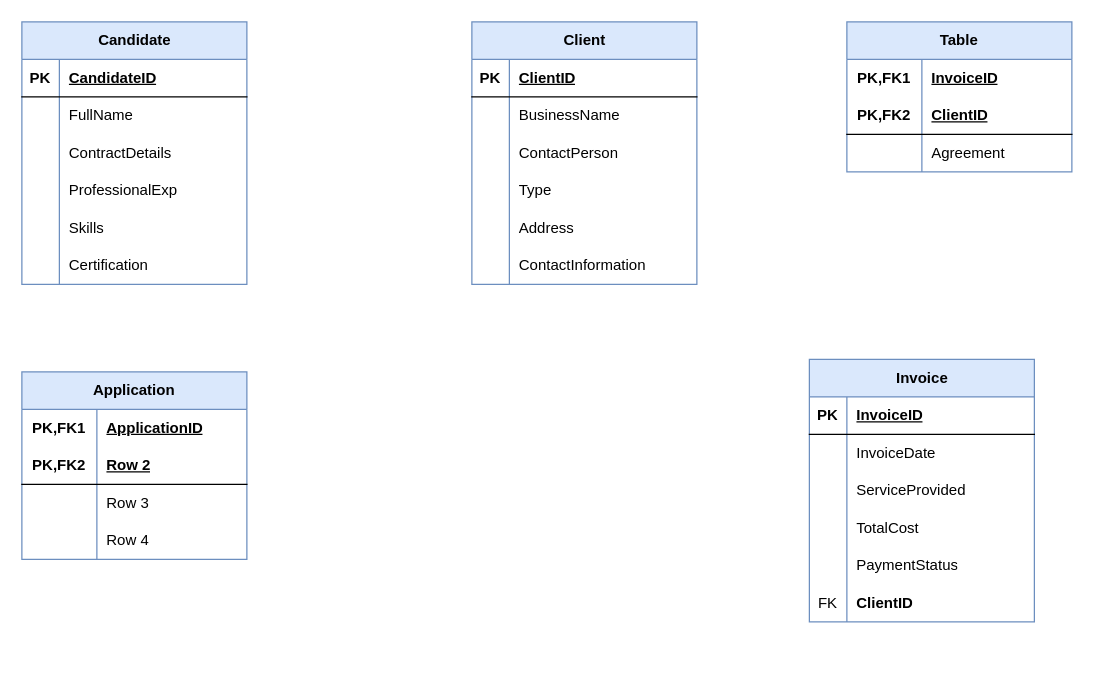
Above: Untitled Diagram.drawio in JPGR11/DataBaseCompetition (draw.io), before the change. Source tidied: cells renumbered, new cells numbered last; positions are measured from the earlier drawing's top-left corner, leaving out a move shared by most shapes. Both pictures are drawn from the tidied source at 125%, with x=0, y=0 at pixel (21, 21).
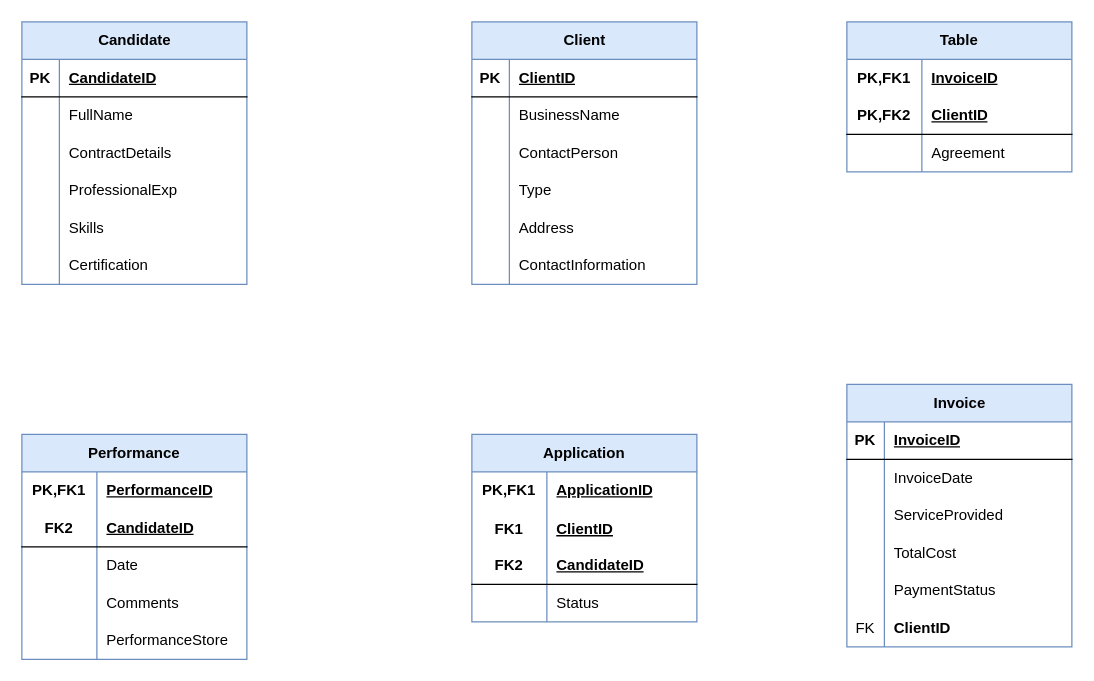
Above is the later version.

What changed in the source:
```diff
@@
     <mxCell id="40" value="Invoice" style="shape=table;startSize=30;childLayout=tableLayout;rowLines=0;fontStyle=1;align=center;html=1;fillColor=#dae8fc;strokeColor=#6c8ebf;" parent="1" vertex="1">
-      <mxGeometry x="630" y="270" width="180" height="210" as="geometry" />
+      <mxGeometry x="660" y="290" width="180" height="210" as="geometry" />
     </mxCell>
@@
     <mxCell id="69" value="Application" style="shape=table;startSize=30;childLayout=tableLayout;rowLines=0;fontStyle=1;align=center;html=1;whiteSpace=wrap;fillColor=#dae8fc;strokeColor=#6c8ebf;" parent="1" vertex="1">
-      <mxGeometry y="280" width="180" height="150" as="geometry" />
+      <mxGeometry x="360" y="330" width="180" height="150" as="geometry" />
     </mxCell>
@@
+    <mxCell id="82" style="shape=tableRow;horizontal=0;startSize=0;swimlaneHead=0;swimlaneBody=0;fillColor=none;top=0;left=0;right=0;bottom=0;" parent="69" vertex="1">
+      <mxGeometry y="60" width="180" height="30" as="geometry" />
+    </mxCell>
+    <mxCell id="83" value="FK1" style="shape=partialRectangle;fillColor=none;top=0;left=0;bottom=0;right=0;overflow=hidden;fontStyle=1;" parent="82" vertex="1">
+      <mxGeometry width="60" height="30" as="geometry" />
+    </mxCell>
+    <mxCell id="84" value="ClientID" style="shape=partialRectangle;fillColor=none;top=0;left=0;bottom=0;right=0;align=left;spacingLeft=6;overflow=hidden;fontStyle=5;" parent="82" vertex="1">
+      <mxGeometry x="60" width="120" height="30" as="geometry" />
+    </mxCell>
     <mxCell id="73" style="shape=tableRow;horizontal=0;startSize=0;swimlaneHead=0;swimlaneBody=0;fillColor=none;top=0;left=0;right=0;bottom=1;html=1;" parent="69" vertex="1">
-      <mxGeometry y="60" width="180" height="30" as="geometry" />
+      <mxGeometry y="90" width="180" height="30" as="geometry" />
     </mxCell>
-    <mxCell id="74" value="PK,FK2" style="shape=partialRectangle;fillColor=none;top=0;left=0;bottom=0;right=0;fontStyle=1;overflow=hidden;html=1;whiteSpace=wrap;" parent="73" vertex="1">
+    <mxCell id="74" value="FK2" style="shape=partialRectangle;fillColor=none;top=0;left=0;bottom=0;right=0;fontStyle=1;overflow=hidden;html=1;whiteSpace=wrap;" parent="73" vertex="1">
       <mxGeometry width="60" height="30" as="geometry" />
     </mxCell>
-    <mxCell id="75" value="Row 2" style="shape=partialRectangle;fillColor=none;top=0;left=0;bottom=0;right=0;align=left;spacingLeft=6;fontStyle=5;overflow=hidden;html=1;whiteSpace=wrap;" parent="73" vertex="1">
+    <mxCell id="75" value="CandidateID" style="shape=partialRectangle;fillColor=none;top=0;left=0;bottom=0;right=0;align=left;spacingLeft=6;fontStyle=5;overflow=hidden;html=1;whiteSpace=wrap;" parent="73" vertex="1">
       <mxGeometry x="60" width="120" height="30" as="geometry" />
     </mxCell>
     <mxCell id="76" style="shape=tableRow;horizontal=0;startSize=0;swimlaneHead=0;swimlaneBody=0;fillColor=none;top=0;left=0;right=0;bottom=0;html=1;" parent="69" vertex="1">
-      <mxGeometry y="90" width="180" height="30" as="geometry" />
+      <mxGeometry y="120" width="180" height="30" as="geometry" />
     </mxCell>
@@
-    <mxCell id="78" value="Row 3" style="shape=partialRectangle;fillColor=none;top=0;left=0;bottom=0;right=0;align=left;spacingLeft=6;overflow=hidden;html=1;whiteSpace=wrap;" parent="76" vertex="1">
+    <mxCell id="78" value="Status" style="shape=partialRectangle;fillColor=none;top=0;left=0;bottom=0;right=0;align=left;spacingLeft=6;overflow=hidden;html=1;whiteSpace=wrap;" parent="76" vertex="1">
       <mxGeometry x="60" width="120" height="30" as="geometry" />
     </mxCell>
+    <mxCell id="85" value="Performance" style="shape=table;startSize=30;childLayout=tableLayout;rowLines=0;fontStyle=1;align=center;html=1;whiteSpace=wrap;fillColor=#dae8fc;strokeColor=#6c8ebf;" parent="1" vertex="1">
+      <mxGeometry y="330" width="180" height="180" as="geometry" />
+    </mxCell>
+    <mxCell id="86" style="shape=tableRow;horizontal=0;startSize=0;swimlaneHead=0;swimlaneBody=0;fillColor=none;top=0;left=0;right=0;bottom=0;html=1;" parent="85" vertex="1">
+      <mxGeometry y="30" width="180" height="30" as="geometry" />
+    </mxCell>
+    <mxCell id="87" value="PK,FK1" style="shape=partialRectangle;fillColor=none;top=0;left=0;bottom=0;right=0;fontStyle=1;overflow=hidden;html=1;whiteSpace=wrap;" parent="86" vertex="1">
+      <mxGeometry width="60" height="30" as="geometry" />
+    </mxCell>
+    <mxCell id="88" value="PerformanceID" style="shape=partialRectangle;fillColor=none;top=0;left=0;bottom=0;right=0;align=left;spacingLeft=6;fontStyle=5;overflow=hidden;html=1;whiteSpace=wrap;" parent="86" vertex="1">
+      <mxGeometry x="60" width="120" height="30" as="geometry" />
+    </mxCell>
+    <mxCell id="89" style="shape=tableRow;horizontal=0;startSize=0;swimlaneHead=0;swimlaneBody=0;fillColor=none;top=0;left=0;right=0;bottom=1;html=1;" parent="85" vertex="1">
+      <mxGeometry y="60" width="180" height="30" as="geometry" />
+    </mxCell>
+    <mxCell id="90" value="FK2" style="shape=partialRectangle;fillColor=none;top=0;left=0;bottom=0;right=0;fontStyle=1;overflow=hidden;html=1;whiteSpace=wrap;" parent="89" vertex="1">
+      <mxGeometry width="60" height="30" as="geometry" />
+    </mxCell>
+    <mxCell id="91" value="CandidateID" style="shape=partialRectangle;fillColor=none;top=0;left=0;bottom=0;right=0;align=left;spacingLeft=6;fontStyle=5;overflow=hidden;html=1;whiteSpace=wrap;" parent="89" vertex="1">
+      <mxGeometry x="60" width="120" height="30" as="geometry" />
+    </mxCell>
+    <mxCell id="92" style="shape=tableRow;horizontal=0;startSize=0;swimlaneHead=0;swimlaneBody=0;fillColor=none;top=0;left=0;right=0;bottom=0;html=1;" parent="85" vertex="1">
+      <mxGeometry y="90" width="180" height="30" as="geometry" />
+    </mxCell>
+    <mxCell id="93" style="shape=partialRectangle;fillColor=none;top=0;left=0;bottom=0;right=0;overflow=hidden;html=1;whiteSpace=wrap;" parent="92" vertex="1">
+      <mxGeometry width="60" height="30" as="geometry" />
+    </mxCell>
+    <mxCell id="94" value="Date" style="shape=partialRectangle;fillColor=none;top=0;left=0;bottom=0;right=0;align=left;spacingLeft=6;overflow=hidden;html=1;whiteSpace=wrap;" parent="92" vertex="1">
+      <mxGeometry x="60" width="120" height="30" as="geometry" />
+    </mxCell>
-    <mxCell id="79" style="shape=tableRow;horizontal=0;startSize=0;swimlaneHead=0;swimlaneBody=0;fillColor=none;top=0;left=0;right=0;bottom=0;html=1;" parent="69" vertex="1">
+    <mxCell id="79" style="shape=tableRow;horizontal=0;startSize=0;swimlaneHead=0;swimlaneBody=0;fillColor=none;top=0;left=0;right=0;bottom=0;html=1;" parent="85" vertex="1">
       <mxGeometry y="120" width="180" height="30" as="geometry" />
     </mxCell>
-    <mxCell id="80" style="shape=partialRectangle;fillColor=none;top=0;left=0;bottom=0;right=0;overflow=hidden;html=1;whiteSpace=wrap;" parent="79" vertex="1">
-      <mxGeometry width="60" height="30" as="geometry" />
-    </mxCell>
-    <mxCell id="81" value="Row 4" style="shape=partialRectangle;fillColor=none;top=0;left=0;bottom=0;right=0;align=left;spacingLeft=6;overflow=hidden;html=1;whiteSpace=wrap;" parent="79" vertex="1">
-      <mxGeometry x="60" width="120" height="30" as="geometry" />
-    </mxCell>
+    <mxCell id="95" style="shape=partialRectangle;fillColor=none;top=0;left=0;bottom=0;right=0;overflow=hidden;html=1;whiteSpace=wrap;" parent="79" vertex="1">
+      <mxGeometry width="60" height="30" as="geometry" />
+    </mxCell>
+    <mxCell id="96" value="Comments" style="shape=partialRectangle;fillColor=none;top=0;left=0;bottom=0;right=0;align=left;spacingLeft=6;overflow=hidden;html=1;whiteSpace=wrap;" parent="79" vertex="1">
+      <mxGeometry x="60" width="120" height="30" as="geometry" />
+    </mxCell>
+    <mxCell id="97" style="shape=tableRow;horizontal=0;startSize=0;swimlaneHead=0;swimlaneBody=0;fillColor=none;top=0;left=0;right=0;bottom=0;html=1;" parent="85" vertex="1">
+      <mxGeometry y="150" width="180" height="30" as="geometry" />
+    </mxCell>
+    <mxCell id="98" style="shape=partialRectangle;fillColor=none;top=0;left=0;bottom=0;right=0;overflow=hidden;html=1;whiteSpace=wrap;" parent="97" vertex="1">
+      <mxGeometry width="60" height="30" as="geometry" />
+    </mxCell>
+    <mxCell id="99" value="PerformanceStore" style="shape=partialRectangle;fillColor=none;top=0;left=0;bottom=0;right=0;align=left;spacingLeft=6;overflow=hidden;html=1;whiteSpace=wrap;" parent="97" vertex="1">
+      <mxGeometry x="60" width="120" height="30" as="geometry" />
+    </mxCell>
```
